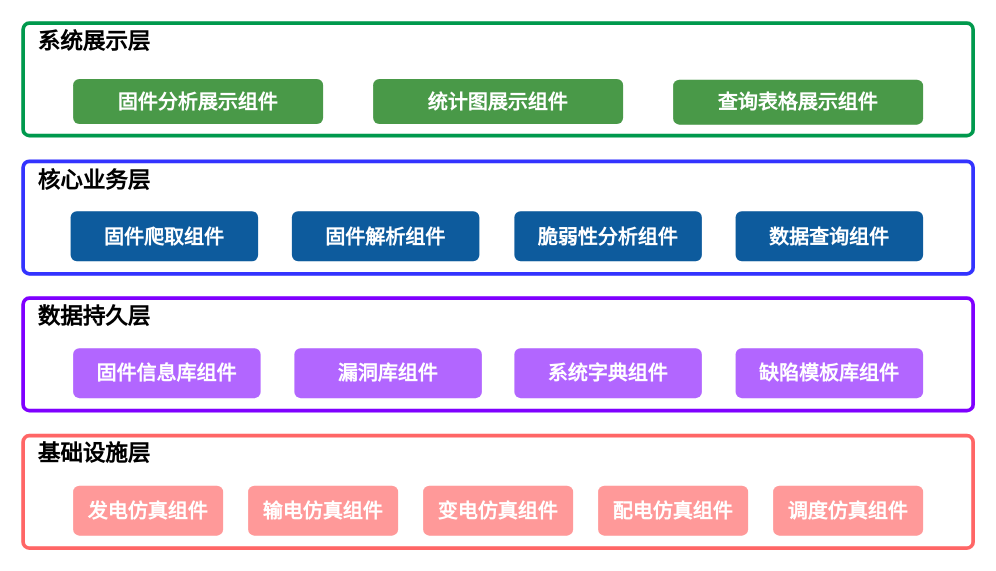
The draw.io diagram page "固件漏洞" (2 of 4) of 组件关联.drawio in ytwei72/drawio, before the edit. Source tidied: cells renumbered, new cells numbered last; positions are measured from the earlier drawing's top-left corner, leaving out a move shared by most shapes. Both pictures are drawn from the tidied source at 125%, with x=0, y=0 at pixel (22, 22).
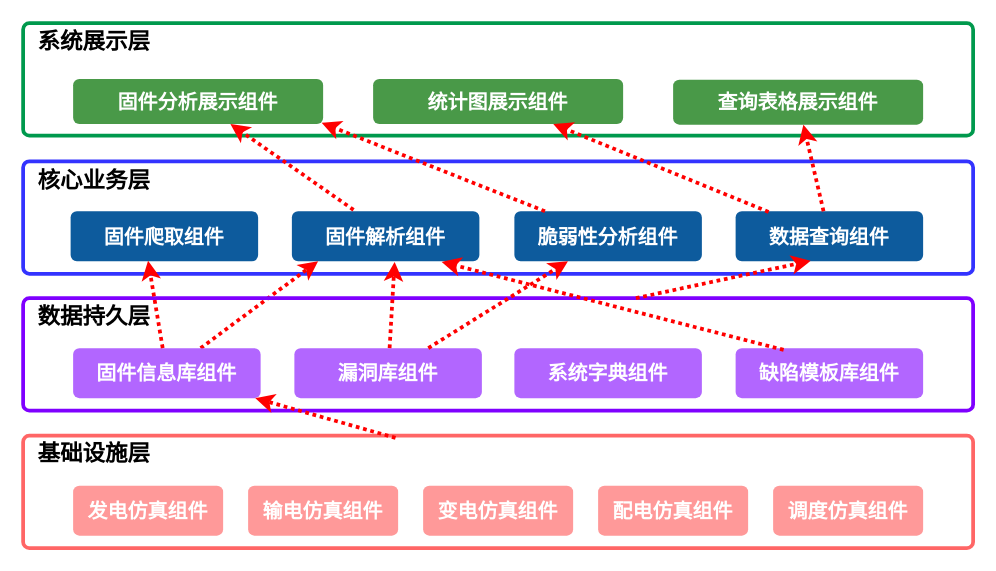
The same page after the edit.

Commit message:
更新固件漏洞关联

The change refers to these unchanged cells:
```xml
<mxCell id="4" value="固件分析展示组件" style="html=1;shadow=0;dashed=0;shape=mxgraph.bootstrap.rrect;align=center;rSize=5;strokeColor=none;fillColor=#499948;fontColor=#ffffff;fontStyle=1;whiteSpace=wrap;fontSize=16;fontFamily=楷体;flipH=0;" parent="2" vertex="1">
  <mxGeometry x="40" y="44.7" width="200" height="36" as="geometry" />
</mxCell>
<mxCell id="5" value="统计图展示组件" style="html=1;shadow=0;dashed=0;shape=mxgraph.bootstrap.rrect;align=center;rSize=5;strokeColor=none;fillColor=#499948;fontColor=#ffffff;fontStyle=1;whiteSpace=wrap;fontSize=16;fontFamily=楷体;flipH=0;" parent="2" vertex="1">
  <mxGeometry x="280" y="44.7" width="200" height="36" as="geometry" />
</mxCell>
<mxCell id="6" value="查询表格展示组件" style="html=1;shadow=0;dashed=0;shape=mxgraph.bootstrap.rrect;align=center;rSize=5;strokeColor=none;fillColor=#499948;fontColor=#ffffff;fontStyle=1;whiteSpace=wrap;fontSize=16;fontFamily=楷体;flipH=0;" parent="2" vertex="1">
  <mxGeometry x="520" y="45.2" width="200" height="36" as="geometry" />
</mxCell>
<mxCell id="7" style="html=1;shadow=0;dashed=0;shape=mxgraph.bootstrap.rrect;align=center;rSize=5;strokeColor=#3333FF;fontColor=#f0f0f0;spacingTop=30;whiteSpace=wrap;fillColor=none;strokeWidth=3;" parent="1" vertex="1">
  <mxGeometry y="110.5" width="760" height="90" as="geometry" />
</mxCell>
<mxCell id="9" value="固件爬取组件" style="html=1;shadow=0;dashed=0;shape=mxgraph.bootstrap.rrect;align=center;rSize=5;strokeColor=none;fillColor=#0D5B9D;fontColor=#ffffff;fontStyle=1;whiteSpace=wrap;fontSize=16;fontFamily=楷体;" parent="7" vertex="1">
  <mxGeometry x="38" y="40" width="150" height="40" as="geometry" />
</mxCell>
<mxCell id="10" value="固件解析组件" style="html=1;shadow=0;dashed=0;shape=mxgraph.bootstrap.rrect;align=center;rSize=5;strokeColor=none;fillColor=#0D5B9D;fontColor=#ffffff;fontStyle=1;whiteSpace=wrap;fontSize=16;fontFamily=楷体;" parent="7" vertex="1">
  <mxGeometry x="215" y="40" width="150" height="40" as="geometry" />
</mxCell>
<mxCell id="11" value="脆弱性分析组件" style="html=1;shadow=0;dashed=0;shape=mxgraph.bootstrap.rrect;align=center;rSize=5;strokeColor=none;fillColor=#0D5B9D;fontColor=#ffffff;fontStyle=1;whiteSpace=wrap;fontSize=16;fontFamily=楷体;" parent="7" vertex="1">
  <mxGeometry x="393" y="40" width="150" height="40" as="geometry" />
</mxCell>
<mxCell id="12" value="数据查询组件" style="html=1;shadow=0;dashed=0;shape=mxgraph.bootstrap.rrect;align=center;rSize=5;strokeColor=none;fillColor=#0D5B9D;fontColor=#ffffff;fontStyle=1;whiteSpace=wrap;fontSize=16;fontFamily=楷体;" parent="7" vertex="1">
  <mxGeometry x="570" y="40" width="150" height="40" as="geometry" />
</mxCell>
<mxCell id="13" style="html=1;shadow=0;dashed=0;shape=mxgraph.bootstrap.rrect;align=center;rSize=5;strokeColor=#7F00FF;fontColor=#f0f0f0;spacingTop=30;whiteSpace=wrap;fillColor=none;strokeWidth=3;" parent="1" vertex="1">
  <mxGeometry y="220" width="760" height="90" as="geometry" />
</mxCell>
<mxCell id="15" value="固件信息库组件" style="html=1;shadow=0;dashed=0;shape=mxgraph.bootstrap.rrect;align=center;rSize=5;strokeColor=none;fillColor=#B266FF;fontColor=#ffffff;fontStyle=1;whiteSpace=wrap;fontSize=16;fontFamily=楷体;" parent="13" vertex="1">
  <mxGeometry x="40" y="40" width="150" height="40" as="geometry" />
</mxCell>
<mxCell id="16" value="漏洞库组件" style="html=1;shadow=0;dashed=0;shape=mxgraph.bootstrap.rrect;align=center;rSize=5;strokeColor=none;fillColor=#B266FF;fontColor=#ffffff;fontStyle=1;whiteSpace=wrap;fontSize=16;fontFamily=楷体;" parent="13" vertex="1">
  <mxGeometry x="217" y="40" width="150" height="40" as="geometry" />
</mxCell>
<mxCell id="17" value="缺陷模板库组件" style="html=1;shadow=0;dashed=0;shape=mxgraph.bootstrap.rrect;align=center;rSize=5;strokeColor=none;fillColor=#B266FF;fontColor=#ffffff;fontStyle=1;whiteSpace=wrap;fontSize=16;fontFamily=楷体;" parent="13" vertex="1">
  <mxGeometry x="570" y="40" width="150" height="40" as="geometry" />
</mxCell>
<mxCell id="19" style="html=1;shadow=0;dashed=0;shape=mxgraph.bootstrap.rrect;align=center;rSize=5;strokeColor=#FF6666;fontColor=#f0f0f0;spacingTop=30;whiteSpace=wrap;fillColor=none;strokeWidth=3;" parent="1" vertex="1">
  <mxGeometry y="330" width="760" height="90" as="geometry" />
</mxCell>
```

The edit, as a diff of the source:
```diff
@@
+    <mxCell id="26" style="endArrow=classic;html=1;fontColor=#000000;strokeColor=#FF0000;strokeWidth=3;dashed=1;dashPattern=1 1;" parent="7" edge="1" source="15">
+      <mxGeometry relative="1" as="geometry">
+        <mxPoint x="236" y="79.9" as="targetPoint" />
+      </mxGeometry>
+    </mxCell>
@@
+    <mxCell id="27" style="endArrow=classic;html=1;fontColor=#000000;strokeColor=#FF0000;strokeWidth=3;dashed=1;dashPattern=1 1;entryX=0.548;entryY=1.013;entryDx=0;entryDy=0;entryPerimeter=0;" parent="1" edge="1" source="16" target="10">
+      <mxGeometry relative="1" as="geometry" />
+    </mxCell>
+    <mxCell id="28" style="endArrow=classic;html=1;fontColor=#000000;strokeColor=#FF0000;strokeWidth=3;dashed=1;dashPattern=1 1;entryX=0.799;entryY=1.013;entryDx=0;entryDy=0;entryPerimeter=0;exitX=0.256;exitY=0.035;exitDx=0;exitDy=0;exitPerimeter=0;" parent="1" edge="1" source="17" target="10">
+      <mxGeometry relative="1" as="geometry" />
+    </mxCell>
+    <mxCell id="29" style="endArrow=classic;html=1;fontColor=#000000;strokeColor=#FF0000;strokeWidth=3;dashed=1;dashPattern=1 1;entryX=0.413;entryY=0.988;entryDx=0;entryDy=0;entryPerimeter=0;" parent="1" edge="1" source="15" target="9">
+      <mxGeometry relative="1" as="geometry" />
+    </mxCell>
+    <mxCell id="30" style="endArrow=classic;html=1;fontColor=#000000;strokeColor=#FF0000;strokeWidth=3;dashed=1;dashPattern=1 1;" parent="1" edge="1" source="16" target="11">
+      <mxGeometry relative="1" as="geometry" />
+    </mxCell>
+    <mxCell id="31" style="endArrow=classic;html=1;fontColor=#000000;strokeColor=#FF0000;strokeWidth=3;dashed=1;dashPattern=1 1;entryX=0.4;entryY=0.992;entryDx=0;entryDy=0;entryPerimeter=0;exitX=0.645;exitY=0;exitDx=0;exitDy=0;exitPerimeter=0;" parent="1" edge="1" source="13" target="12">
+      <mxGeometry relative="1" as="geometry" />
+    </mxCell>
+    <mxCell id="32" style="endArrow=classic;html=1;fontColor=#000000;strokeColor=#FF0000;strokeWidth=3;dashed=1;dashPattern=1 1;exitX=0.392;exitY=0.02;exitDx=0;exitDy=0;exitPerimeter=0;" parent="1" edge="1" source="19" target="15">
+      <mxGeometry relative="1" as="geometry" />
+    </mxCell>
+    <mxCell id="33" style="endArrow=classic;html=1;fontColor=#000000;strokeColor=#FF0000;strokeWidth=3;dashed=1;dashPattern=1 1;exitX=0.176;exitY=0.013;exitDx=0;exitDy=0;exitPerimeter=0;" parent="1" edge="1" source="12" target="5">
+      <mxGeometry relative="1" as="geometry" />
+    </mxCell>
+    <mxCell id="34" style="endArrow=classic;html=1;fontColor=#000000;strokeColor=#FF0000;strokeWidth=3;dashed=1;dashPattern=1 1;" parent="1" edge="1" source="12" target="6">
+      <mxGeometry relative="1" as="geometry" />
+    </mxCell>
+    <mxCell id="35" style="endArrow=classic;html=1;fontColor=#000000;strokeColor=#FF0000;strokeWidth=3;dashed=1;dashPattern=1 1;exitX=0.329;exitY=-0.028;exitDx=0;exitDy=0;exitPerimeter=0;" parent="1" edge="1" source="10" target="4">
+      <mxGeometry relative="1" as="geometry" />
+    </mxCell>
+    <mxCell id="36" style="endArrow=classic;html=1;fontColor=#000000;strokeColor=#FF0000;strokeWidth=3;dashed=1;dashPattern=1 1;entryX=0.994;entryY=0.974;entryDx=0;entryDy=0;entryPerimeter=0;" parent="1" edge="1" source="11" target="4">
+      <mxGeometry relative="1" as="geometry" />
+    </mxCell>
```
